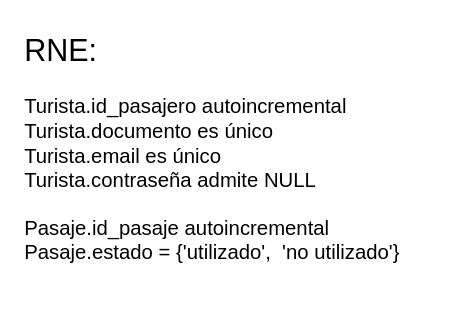
Before: page "RNE" (3 of 4) of obligatorio/mer y mr bdd 1 obligatorio.drawio in duermomal/BDD1, a draw.io diagram. Source tidied: cells renumbered, new cells numbered last; positions are measured from the earlier drawing's top-left corner, leaving out a move shared by most shapes. Both pictures are drawn from the tidied source at 127%, with x=0, y=0 at pixel (22, 22).
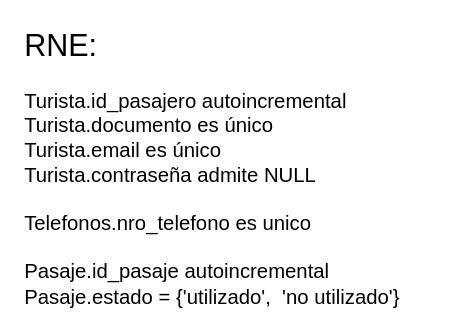
The same page after the edit.

The edit, as a diff of the source:
```diff
@@
 <mxGraphModel>
   <root>
     <mxCell id="0" />
     <mxCell id="1" parent="0" />
-    <mxCell id="2" value="&lt;font style=&quot;font-size: 24px;&quot;&gt;RNE:&lt;/font&gt;&lt;div&gt;&lt;font size=&quot;3&quot;&gt;&lt;br&gt;&lt;/font&gt;&lt;/div&gt;&lt;div&gt;&lt;font size=&quot;3&quot;&gt;Turista.id_pasajero autoincremental&lt;/font&gt;&lt;/div&gt;&lt;div&gt;&lt;font size=&quot;3&quot;&gt;Turista.documento es único&lt;/font&gt;&lt;/div&gt;&lt;div&gt;&lt;font size=&quot;3&quot;&gt;Turista.email es único&lt;/font&gt;&lt;/div&gt;&lt;div&gt;&lt;font size=&quot;3&quot;&gt;Turista.contraseña admite NULL&lt;/font&gt;&lt;/div&gt;&lt;div&gt;&lt;font size=&quot;3&quot;&gt;&lt;br&gt;&lt;/font&gt;&lt;div&gt;&lt;font size=&quot;3&quot;&gt;Pasaje.id_pasaje autoincremental&lt;/font&gt;&lt;/div&gt;&lt;div&gt;&lt;span style=&quot;background-color: initial;&quot;&gt;&lt;font size=&quot;3&quot;&gt;Pasaje.estado = {'utilizado',&amp;nbsp; 'no utilizado'}&lt;/font&gt;&lt;/span&gt;&lt;/div&gt;&lt;/div&gt;" style="text;html=1;align=left;verticalAlign=middle;strokeColor=none;fillColor=none;" parent="1" vertex="1">
-      <mxGeometry width="320" height="200" as="geometry" />
+    <mxCell id="2" value="&lt;font style=&quot;font-size: 24px;&quot;&gt;RNE:&lt;/font&gt;&lt;div&gt;&lt;font size=&quot;3&quot;&gt;&lt;br&gt;&lt;/font&gt;&lt;/div&gt;&lt;div&gt;&lt;font size=&quot;3&quot;&gt;Turista.id_pasajero autoincremental&lt;/font&gt;&lt;/div&gt;&lt;div&gt;&lt;font size=&quot;3&quot;&gt;Turista.documento es único&lt;/font&gt;&lt;/div&gt;&lt;div&gt;&lt;font size=&quot;3&quot;&gt;Turista.email es único&lt;/font&gt;&lt;/div&gt;&lt;div&gt;&lt;font size=&quot;3&quot;&gt;Turista.contraseña admite NULL&lt;/font&gt;&lt;/div&gt;&lt;div&gt;&lt;font size=&quot;3&quot;&gt;&lt;br&gt;&lt;/font&gt;&lt;/div&gt;&lt;div&gt;&lt;font size=&quot;3&quot;&gt;Telefonos.nro_telefono es unico&lt;/font&gt;&lt;/div&gt;&lt;div&gt;&lt;font size=&quot;3&quot;&gt;&lt;br&gt;&lt;/font&gt;&lt;div&gt;&lt;font size=&quot;3&quot;&gt;Pasaje.id_pasaje autoincremental&lt;/font&gt;&lt;/div&gt;&lt;div&gt;&lt;span style=&quot;background-color: initial;&quot;&gt;&lt;font size=&quot;3&quot;&gt;Pasaje.estado = {'utilizado',&amp;nbsp; 'no utilizado'}&lt;/font&gt;&lt;/span&gt;&lt;/div&gt;&lt;/div&gt;" style="text;html=1;align=left;verticalAlign=middle;strokeColor=none;fillColor=none;" parent="1" vertex="1">
+      <mxGeometry width="320" height="230" as="geometry" />
     </mxCell>
   </root>
 </mxGraphModel>
```
